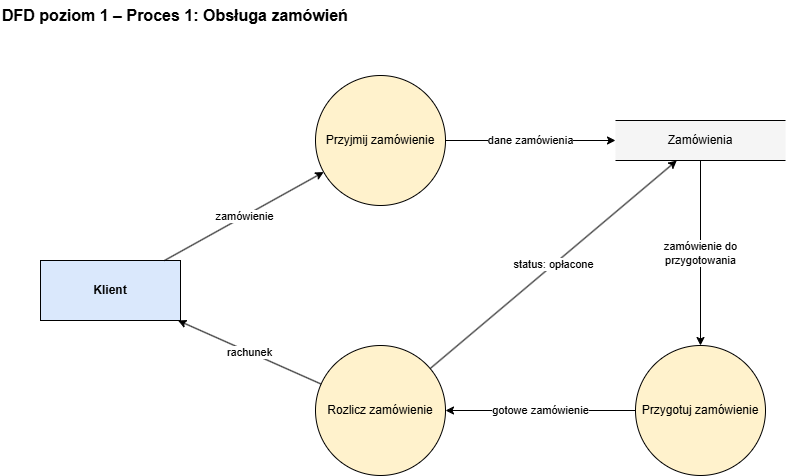
Before: diagramy/02_przeplyw_danych/dfd_1_zamowienia.png, a diagram exported from draw.io (olimo54323/OiZPI-laboratorium). Source tidied: cells renumbered, new cells last; positions are measured from the earlier drawing's top-left corner, leaving out a move shared by most shapes.
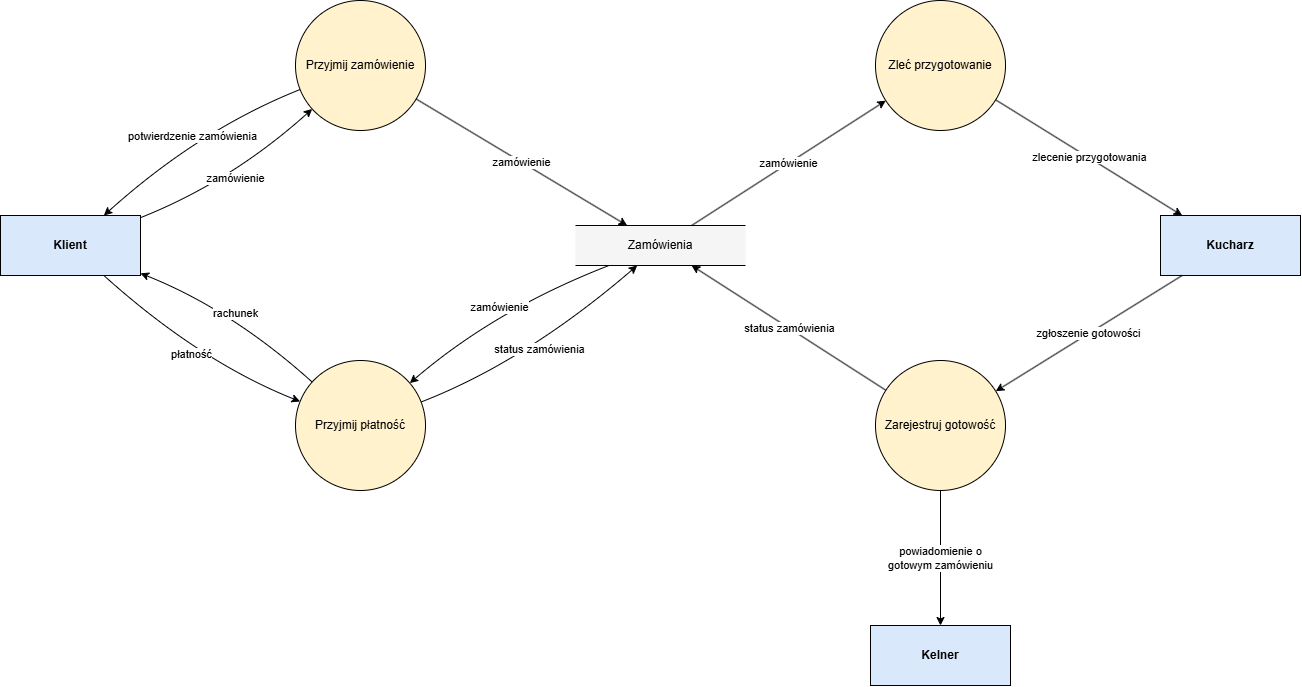
After the change.

Diff of the diagram source:
```diff
@@ -2,41 +2,89 @@
   <root>
     <mxCell id="0" />
     <mxCell id="1" parent="0" />
-    <mxCell id="2" value="DFD poziom 1 – Proces 1: Obsługa zamówień" style="text;html=1;align=left;verticalAlign=middle;fontSize=16;fontStyle=1;" parent="1" vertex="1">
-      <mxGeometry width="500" height="30" as="geometry" />
-    </mxCell>
     <mxCell id="3" value="Klient" style="rounded=0;whiteSpace=wrap;html=1;fillColor=#dae8fc;strokeColor=#000000;fontStyle=1;fontSize=12;" parent="1" vertex="1">
-      <mxGeometry x="40" y="260" width="140" height="60" as="geometry" />
+      <mxGeometry x="40" y="310" width="140" height="60" as="geometry" />
     </mxCell>
+    <mxCell id="14" value="Kucharz" style="rounded=0;whiteSpace=wrap;html=1;fillColor=#dae8fc;strokeColor=#000000;fontStyle=1;fontSize=12;" parent="1" vertex="1">
+      <mxGeometry x="1200" y="310" width="140" height="60" as="geometry" />
+    </mxCell>
+    <mxCell id="15" value="Kelner" style="rounded=0;whiteSpace=wrap;html=1;fillColor=#dae8fc;strokeColor=#000000;fontStyle=1;fontSize=12;" parent="1" vertex="1">
+      <mxGeometry x="910" y="720" width="140" height="60" as="geometry" />
+    </mxCell>
     <mxCell id="4" value="Przyjmij zamówienie" style="ellipse;whiteSpace=wrap;html=1;fillColor=#fff2cc;strokeColor=#000000;fontSize=12;" parent="1" vertex="1">
-      <mxGeometry x="315" y="75" width="130" height="130" as="geometry" />
+      <mxGeometry x="335" y="95" width="130" height="130" as="geometry" />
     </mxCell>
-    <mxCell id="5" value="Przygotuj zamówienie" style="ellipse;whiteSpace=wrap;html=1;fillColor=#fff2cc;strokeColor=#000000;fontSize=12;" parent="1" vertex="1">
-      <mxGeometry x="635" y="345" width="130" height="130" as="geometry" />
-    </mxCell>
-    <mxCell id="6" value="Rozlicz zamówienie" style="ellipse;whiteSpace=wrap;html=1;fillColor=#fff2cc;strokeColor=#000000;fontSize=12;" parent="1" vertex="1">
-      <mxGeometry x="315" y="345" width="130" height="130" as="geometry" />
-    </mxCell>
+    <mxCell id="16" value="Przyjmij płatność" style="ellipse;whiteSpace=wrap;html=1;fillColor=#fff2cc;strokeColor=#000000;fontSize=12;" parent="1" vertex="1">
+      <mxGeometry x="335" y="455" width="130" height="130" as="geometry" />
+    </mxCell>
+    <mxCell id="17" value="Zleć przygotowanie" style="ellipse;whiteSpace=wrap;html=1;fillColor=#fff2cc;strokeColor=#000000;fontSize=12;" parent="1" vertex="1">
+      <mxGeometry x="915" y="95" width="130" height="130" as="geometry" />
+    </mxCell>
+    <mxCell id="18" value="Zarejestruj gotowość" style="ellipse;whiteSpace=wrap;html=1;fillColor=#fff2cc;strokeColor=#000000;fontSize=12;" parent="1" vertex="1">
+      <mxGeometry x="915" y="455" width="130" height="130" as="geometry" />
+    </mxCell>
     <mxCell id="7" value="Zamówienia" style="shape=partialRectangle;whiteSpace=wrap;html=1;left=0;right=0;fillColor=#f5f5f5;strokeColor=#000000;fontSize=12;" parent="1" vertex="1">
-      <mxGeometry x="615" y="120" width="170" height="40" as="geometry" />
+      <mxGeometry x="615" y="320" width="170" height="40" as="geometry" />
     </mxCell>
-    <mxCell id="8" value="zamówienie" style="endArrow=classic;endFill=1;html=1;rounded=0;labelBackgroundColor=#ffffff;fontSize=11;strokeColor=#000000;" parent="1" edge="1" source="3" target="4">
-      <mxGeometry relative="1" as="geometry" />
+    <mxCell id="8" value="zamówienie" style="endArrow=classic;endFill=1;html=1;curved=1;labelBackgroundColor=#ffffff;fontSize=11;strokeColor=#000000;" parent="1" edge="1" source="3" target="4">
+      <mxGeometry relative="1" as="geometry">
+        <Array as="points">
+          <mxPoint x="271" y="276" />
+        </Array>
+      </mxGeometry>
     </mxCell>
-    <mxCell id="9" value="dane zamówienia" style="endArrow=classic;endFill=1;html=1;rounded=0;labelBackgroundColor=#ffffff;fontSize=11;strokeColor=#000000;" parent="1" edge="1" source="4" target="7">
-      <mxGeometry relative="1" as="geometry" />
+    <mxCell id="9" value="potwierdzenie zamówienia" style="endArrow=classic;endFill=1;html=1;curved=1;labelBackgroundColor=#ffffff;fontSize=11;strokeColor=#000000;" parent="1" edge="1" source="4" target="3">
+      <mxGeometry relative="1" as="geometry">
+        <Array as="points">
+          <mxPoint x="239" y="224" />
+        </Array>
+      </mxGeometry>
     </mxCell>
-    <mxCell id="10" value="zamówienie do&lt;br&gt;przygotowania" style="endArrow=classic;endFill=1;html=1;rounded=0;labelBackgroundColor=#ffffff;fontSize=11;strokeColor=#000000;" parent="1" edge="1" source="7" target="5">
-      <mxGeometry relative="1" as="geometry" />
+    <mxCell id="10" value="płatność" style="endArrow=classic;endFill=1;html=1;curved=1;labelBackgroundColor=#ffffff;fontSize=11;strokeColor=#000000;" parent="1" edge="1" source="3" target="16">
+      <mxGeometry relative="1" as="geometry">
+        <Array as="points">
+          <mxPoint x="239" y="456" />
+        </Array>
+      </mxGeometry>
     </mxCell>
-    <mxCell id="11" value="gotowe zamówienie" style="endArrow=classic;endFill=1;html=1;rounded=0;labelBackgroundColor=#ffffff;fontSize=11;strokeColor=#000000;" parent="1" edge="1" source="5" target="6">
-      <mxGeometry relative="1" as="geometry" />
+    <mxCell id="11" value="rachunek" style="endArrow=classic;endFill=1;html=1;curved=1;labelBackgroundColor=#ffffff;fontSize=11;strokeColor=#000000;" parent="1" edge="1" source="16" target="3">
+      <mxGeometry relative="1" as="geometry">
+        <Array as="points">
+          <mxPoint x="271" y="404" />
+        </Array>
+      </mxGeometry>
     </mxCell>
-    <mxCell id="12" value="rachunek" style="endArrow=classic;endFill=1;html=1;rounded=0;labelBackgroundColor=#ffffff;fontSize=11;strokeColor=#000000;" parent="1" edge="1" source="6" target="3">
+    <mxCell id="12" value="zamówienie" style="endArrow=classic;endFill=1;html=1;rounded=0;labelBackgroundColor=#ffffff;fontSize=11;strokeColor=#000000;" parent="1" edge="1" source="4" target="7">
       <mxGeometry relative="1" as="geometry" />
     </mxCell>
-    <mxCell id="13" value="status: opłacone" style="endArrow=classic;endFill=1;html=1;rounded=0;labelBackgroundColor=#ffffff;fontSize=11;strokeColor=#000000;" parent="1" edge="1" source="6" target="7">
-      <mxGeometry relative="1" as="geometry" />
+    <mxCell id="13" value="zamówienie" style="endArrow=classic;endFill=1;html=1;curved=1;labelBackgroundColor=#ffffff;fontSize=11;strokeColor=#000000;" parent="1" edge="1" source="7" target="16">
+      <mxGeometry relative="1" as="geometry">
+        <Array as="points">
+          <mxPoint x="535" y="404" />
+        </Array>
+      </mxGeometry>
     </mxCell>
+    <mxCell id="19" value="status zamówienia" style="endArrow=classic;endFill=1;html=1;curved=1;labelBackgroundColor=#ffffff;fontSize=11;strokeColor=#000000;" parent="1" edge="1" source="16" target="7">
+      <mxGeometry relative="1" as="geometry">
+        <Array as="points">
+          <mxPoint x="565" y="456" />
+        </Array>
+      </mxGeometry>
+    </mxCell>
+    <mxCell id="20" value="zamówienie" style="endArrow=classic;endFill=1;html=1;rounded=0;labelBackgroundColor=#ffffff;fontSize=11;strokeColor=#000000;" parent="1" edge="1" source="7" target="17">
+      <mxGeometry relative="1" as="geometry" />
+    </mxCell>
+    <mxCell id="21" value="zlecenie przygotowania" style="endArrow=classic;endFill=1;html=1;rounded=0;labelBackgroundColor=#ffffff;fontSize=11;strokeColor=#000000;" parent="1" edge="1" source="17" target="14">
+      <mxGeometry relative="1" as="geometry" />
+    </mxCell>
+    <mxCell id="22" value="zgłoszenie gotowości" style="endArrow=classic;endFill=1;html=1;rounded=0;labelBackgroundColor=#ffffff;fontSize=11;strokeColor=#000000;" parent="1" edge="1" source="14" target="18">
+      <mxGeometry relative="1" as="geometry" />
+    </mxCell>
+    <mxCell id="23" value="status zamówienia" style="endArrow=classic;endFill=1;html=1;rounded=0;labelBackgroundColor=#ffffff;fontSize=11;strokeColor=#000000;" parent="1" edge="1" source="18" target="7">
+      <mxGeometry relative="1" as="geometry" />
+    </mxCell>
+    <mxCell id="24" value="powiadomienie o&lt;br&gt;gotowym zamówieniu" style="endArrow=classic;endFill=1;html=1;rounded=0;labelBackgroundColor=#ffffff;fontSize=11;strokeColor=#000000;" parent="1" edge="1" source="18" target="15">
+      <mxGeometry relative="1" as="geometry" />
+    </mxCell>
   </root>
 </mxGraphModel>
```
